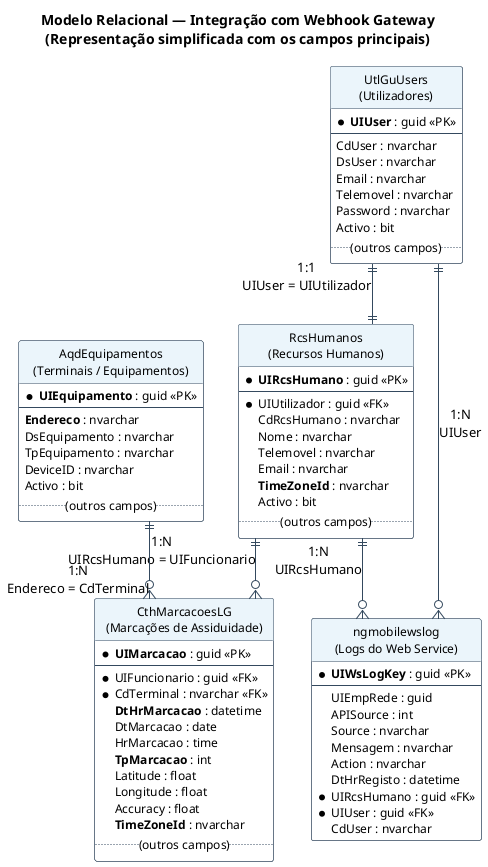
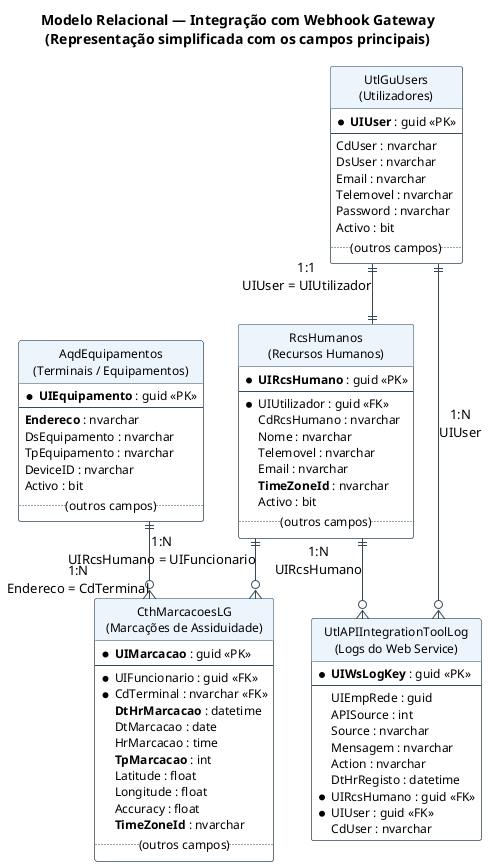
@startuml modelo_relacional
hide circle
skinparam linetype ortho
skinparam shadowing false
skinparam defaultFontName "Segoe UI"

skinparam class {
    BackgroundColor #FFFFFF
    BorderColor #34495E
    ArrowColor #34495E
    HeaderBackgroundColor #EBF5FB
    FontSize 13
    AttributeFontSize 12
}

title Modelo Relacional — Integração com Webhook Gateway\n(Representação simplificada com os campos principais)

entity "UtlGuUsers\n(Utilizadores)" as UTL {
    * **UIUser** : guid <<PK>>
    --
    CdUser : nvarchar
    DsUser : nvarchar
    Email : nvarchar
    Telemovel : nvarchar
    Password : nvarchar
    Activo : bit
    .. (outros campos) ..
}

entity "RcsHumanos\n(Recursos Humanos)" as RCS {
    * **UIRcsHumano** : guid <<PK>>
    --
    * UIUtilizador : guid <<FK>>
    CdRcsHumano : nvarchar
    Nome : nvarchar
    Telemovel : nvarchar
    Email : nvarchar
    **TimeZoneId** : nvarchar
    Activo : bit
    .. (outros campos) ..
}

entity "CthMarcacoesLG\n(Marcações de Assiduidade)" as MRC {
    * **UIMarcacao** : guid <<PK>>
    --
    * UIFuncionario : guid <<FK>>
    * CdTerminal : nvarchar <<FK>>
    **DtHrMarcacao** : datetime
    DtMarcacao : date
    HrMarcacao : time
    **TpMarcacao** : int
    Latitude : float
    Longitude : float
    Accuracy : float
    **TimeZoneId** : nvarchar
    .. (outros campos) ..
}

entity "AqdEquipamentos\n(Terminais / Equipamentos)" as EQP {
    * **UIEquipamento** : guid <<PK>>
    --
    **Endereco** : nvarchar
    DsEquipamento : nvarchar
    TpEquipamento : nvarchar
    DeviceID : nvarchar
    Activo : bit
    .. (outros campos) ..
}

- entity "ngmobilewslog\n(Logs do Web Service)" as LOG {
+ entity "UtlAPIIntegrationToolLog\n(Logs do Web Service)" as LOG {
    * **UIWsLogKey** : guid <<PK>>
    --
    UIEmpRede : guid
    APISource : int
    Source : nvarchar
    Mensagem : nvarchar
    Action : nvarchar
    DtHrRegisto : datetime
    * UIRcsHumano : guid <<FK>>
    * UIUser : guid <<FK>>
    CdUser : nvarchar
}

' ─── Relações ─────────────────────────────────────────────
UTL ||--|| RCS : "1:1\nUIUser = UIUtilizador"
RCS ||--o{ MRC : "1:N\nUIRcsHumano = UIFuncionario"
EQP ||--o{ MRC : "1:N\nEndereco = CdTerminal"
UTL ||--o{ LOG : "1:N\nUIUser"
RCS ||--o{ LOG : "1:N\nUIRcsHumano"

@enduml
